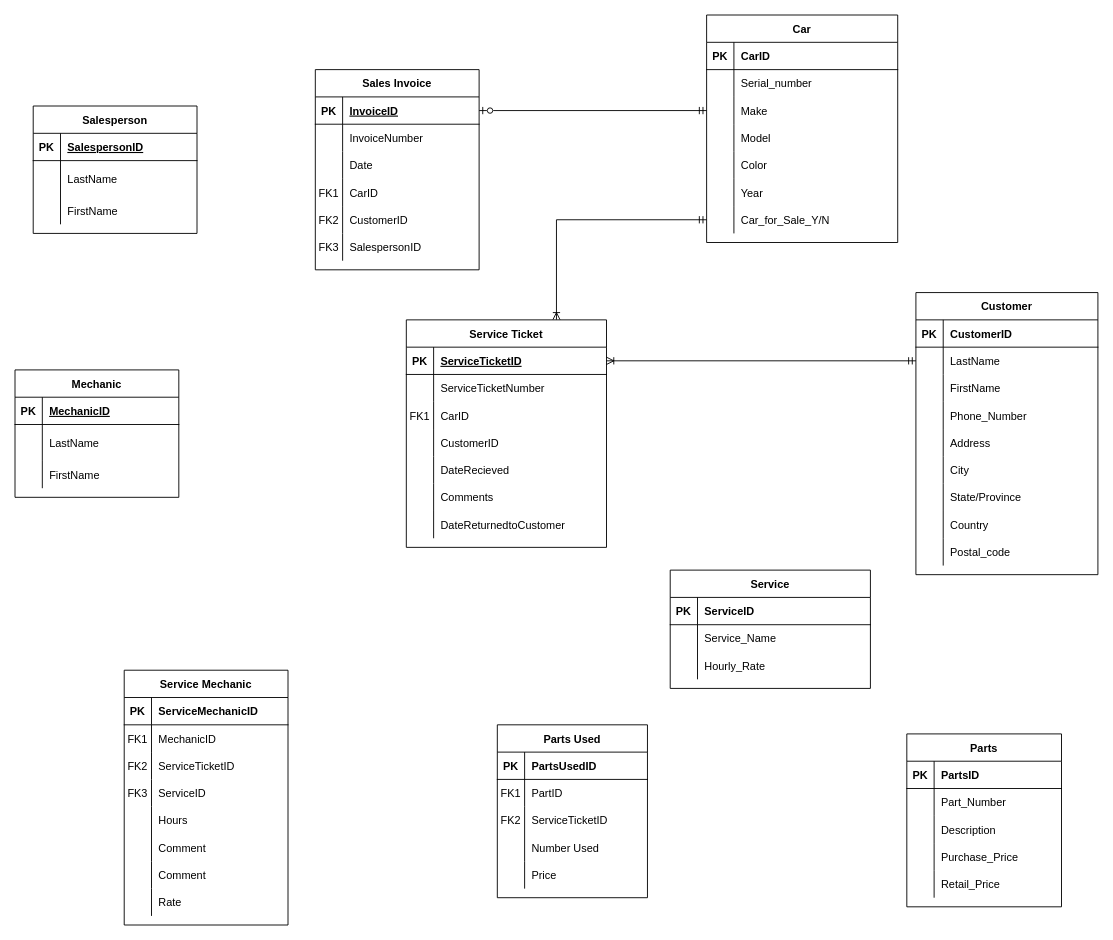
Above: cardealership.drawio in itsmerims/eentityrelationshipdiagram (draw.io), before the change. Source tidied: cells renumbered, new cells numbered last; positions are measured from the earlier drawing's top-left corner, leaving out a move shared by most shapes. Both pictures are drawn from the tidied source at 91%, with x=0, y=0 at pixel (15, 15).
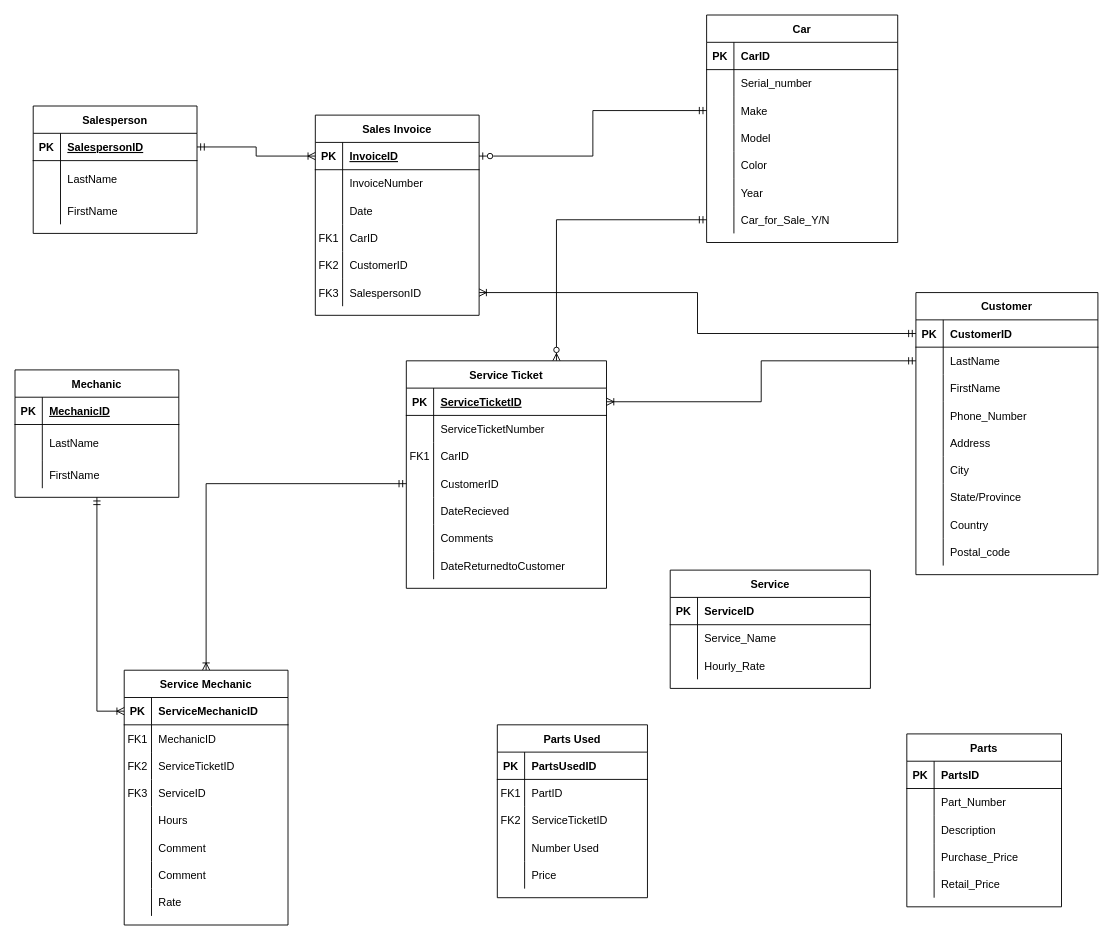
After the change.

Unchanged cells that the change refers to:
```xml
<mxCell id="21" style="shape=partialRectangle;fillColor=none;points=[[0,0.5],[1,0.5]];portConstraint=eastwest;top=0;left=0;right=0;bottom=0;" parent="2" vertex="1">
  <mxGeometry y="210" width="210" height="30" as="geometry" />
</mxCell>
<mxCell id="25" style="shape=partialRectangle;fillColor=none;points=[[0,0.5],[1,0.5]];portConstraint=eastwest;top=0;left=0;right=0;bottom=1;" parent="24" vertex="1">
  <mxGeometry y="30" width="200" height="30" as="geometry" />
</mxCell>
<mxCell id="94" value="Service Mechanic" style="shape=table;startSize=30;childLayout=tableLayout;rowLines=0;fontStyle=1;align=center;" parent="1" vertex="1">
  <mxGeometry x="120" y="720" width="180" height="280" as="geometry" />
</mxCell>
<mxCell id="95" style="shape=partialRectangle;fillColor=none;top=0;left=0;bottom=1;right=0;points=[[0,0.5],[1,0.5]];portConstraint=eastwest;fontStyle=0;" parent="94" vertex="1">
  <mxGeometry y="30" width="180" height="30" as="geometry" />
</mxCell>
<mxCell id="130" style="shape=partialRectangle;fillColor=none;top=0;left=0;bottom=0;right=0;points=[[0,0.5],[1,0.5]];portConstraint=eastwest;" parent="120" vertex="1">
  <mxGeometry y="120" width="220" height="30" as="geometry" />
</mxCell>
<mxCell id="142" value="Mechanic" style="shape=table;startSize=30;childLayout=tableLayout;rowLines=0;fontStyle=1;align=center;" parent="1" vertex="1">
  <mxGeometry y="390" width="180" height="140" as="geometry" />
</mxCell>
<mxCell id="153" style="shape=partialRectangle;fillColor=none;top=0;left=0;bottom=1;right=0;points=[[0,0.5],[1,0.5]];portConstraint=eastwest;" parent="152" vertex="1">
  <mxGeometry y="30" width="180" height="30" as="geometry" />
</mxCell>
<mxCell id="168" style="shape=partialRectangle;fillColor=none;top=0;left=0;bottom=0;right=0;points=[[0,0.5],[1,0.5]];portConstraint=eastwest;" parent="152" vertex="1">
  <mxGeometry y="180" width="180" height="30" as="geometry" />
</mxCell>
<mxCell id="172" style="shape=partialRectangle;fillColor=none;top=0;left=0;bottom=1;right=0;points=[[0,0.5],[1,0.5]];portConstraint=eastwest;" parent="171" vertex="1">
  <mxGeometry y="30" width="180" height="30" as="geometry" />
</mxCell>
```

What changed in the source:
```diff
@@
+    <mxCell id="183" style="edgeStyle=orthogonalEdgeStyle;rounded=0;jumpSize=13;jettySize=auto;html=1;exitX=0.5;exitY=0;exitDx=0;exitDy=0;entryX=0;entryY=0.5;entryDx=0;entryDy=0;startArrow=ERoneToMany;startFill=0;endArrow=ERmandOne;endFill=0;endSize=6;sourcePerimeterSpacing=0;targetPerimeterSpacing=0;strokeWidth=1;" parent="1" edge="1" source="94" target="130">
+      <mxGeometry relative="1" as="geometry" />
+    </mxCell>
@@
-    <mxCell id="119" style="edgeStyle=orthogonalEdgeStyle;rounded=0;jumpSize=13;jettySize=auto;html=1;exitX=0.75;exitY=0;exitDx=0;exitDy=0;startArrow=ERoneToMany;startFill=0;endArrow=ERmandOne;endFill=0;endSize=6;targetPerimeterSpacing=0;strokeWidth=1;sourcePerimeterSpacing=0;" parent="1" edge="1" source="120" target="21">
+    <mxCell id="119" style="edgeStyle=orthogonalEdgeStyle;rounded=0;jumpSize=13;jettySize=auto;html=1;exitX=0.75;exitY=0;exitDx=0;exitDy=0;startArrow=ERzeroToMany;startFill=1;endArrow=ERmandOne;endFill=0;endSize=6;targetPerimeterSpacing=0;strokeWidth=1;sourcePerimeterSpacing=0;" parent="1" edge="1" source="120" target="21">
       <mxGeometry relative="1" as="geometry" />
     </mxCell>
     <mxCell id="120" value="Service Ticket" style="shape=table;startSize=30;childLayout=tableLayout;rowLines=0;fontStyle=1;align=center;" parent="1" vertex="1">
-      <mxGeometry x="430" y="335" width="220" height="250" as="geometry" />
+      <mxGeometry x="430" y="380" width="220" height="250" as="geometry" />
     </mxCell>
@@
     <mxCell id="152" value="Sales Invoice" style="shape=table;startSize=30;childLayout=tableLayout;rowLines=0;fontStyle=1;align=center;" parent="1" vertex="1">
-      <mxGeometry x="330" y="60" width="180" height="220" as="geometry" />
+      <mxGeometry x="330" y="110" width="180" height="220" as="geometry" />
     </mxCell>
@@
+    <mxCell id="184" style="edgeStyle=orthogonalEdgeStyle;rounded=0;jumpSize=13;jettySize=auto;html=1;startArrow=ERoneToMany;startFill=0;endArrow=ERmandOne;endFill=0;endSize=6;sourcePerimeterSpacing=0;targetPerimeterSpacing=0;strokeWidth=1;" parent="1" edge="1" source="168" target="25">
+      <mxGeometry relative="1" as="geometry" />
+    </mxCell>
+    <mxCell id="185" style="edgeStyle=orthogonalEdgeStyle;rounded=0;jumpSize=13;jettySize=auto;html=1;exitX=0;exitY=0.5;exitDx=0;exitDy=0;startArrow=ERoneToMany;startFill=0;endArrow=ERmandOne;endFill=0;endSize=6;sourcePerimeterSpacing=0;targetPerimeterSpacing=0;strokeWidth=1;" parent="1" edge="1" source="153" target="172">
+      <mxGeometry relative="1" as="geometry" />
+    </mxCell>
+    <mxCell id="186" style="edgeStyle=orthogonalEdgeStyle;rounded=0;jumpSize=13;jettySize=auto;html=1;startArrow=ERoneToMany;startFill=0;endArrow=ERmandOne;endFill=0;endSize=6;sourcePerimeterSpacing=0;targetPerimeterSpacing=0;strokeWidth=1;exitX=0;exitY=0.5;exitDx=0;exitDy=0;" parent="1" edge="1" source="95" target="142">
+      <mxGeometry relative="1" as="geometry" />
+    </mxCell>
```
